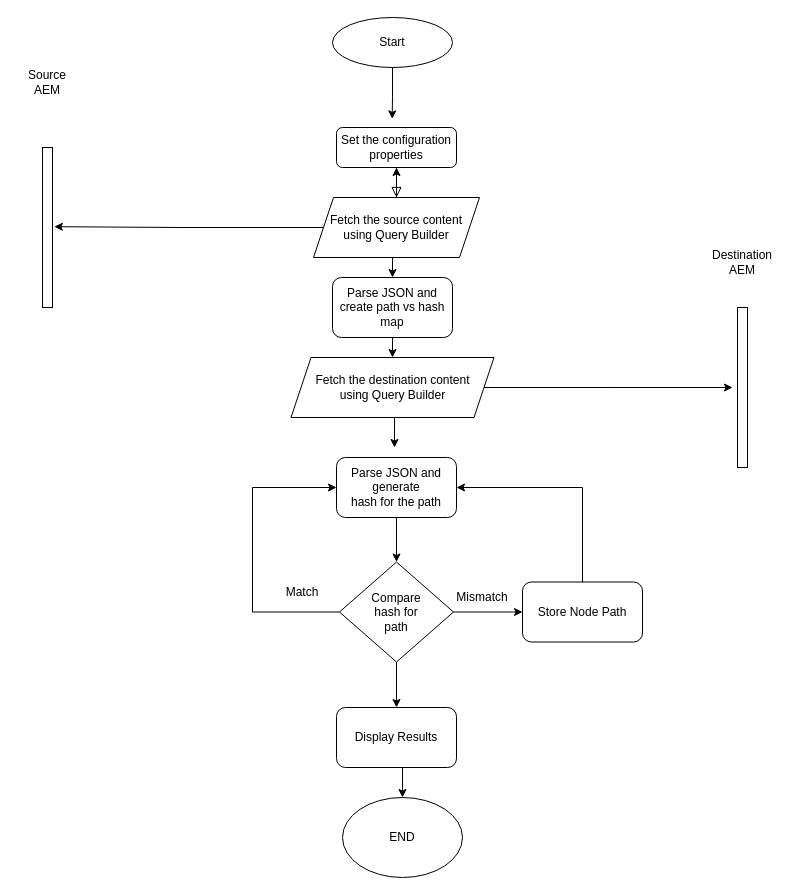
Earlier version of the draw.io diagram draw-io/Migration Validation Diagram.drawio (wasilzafar/assets). Source tidied: cells renumbered, new cells numbered last; positions are measured from the earlier drawing's top-left corner, leaving out a move shared by most shapes. Both pictures are drawn from the tidied source at 100%, with x=0, y=0 at pixel (17, 17).
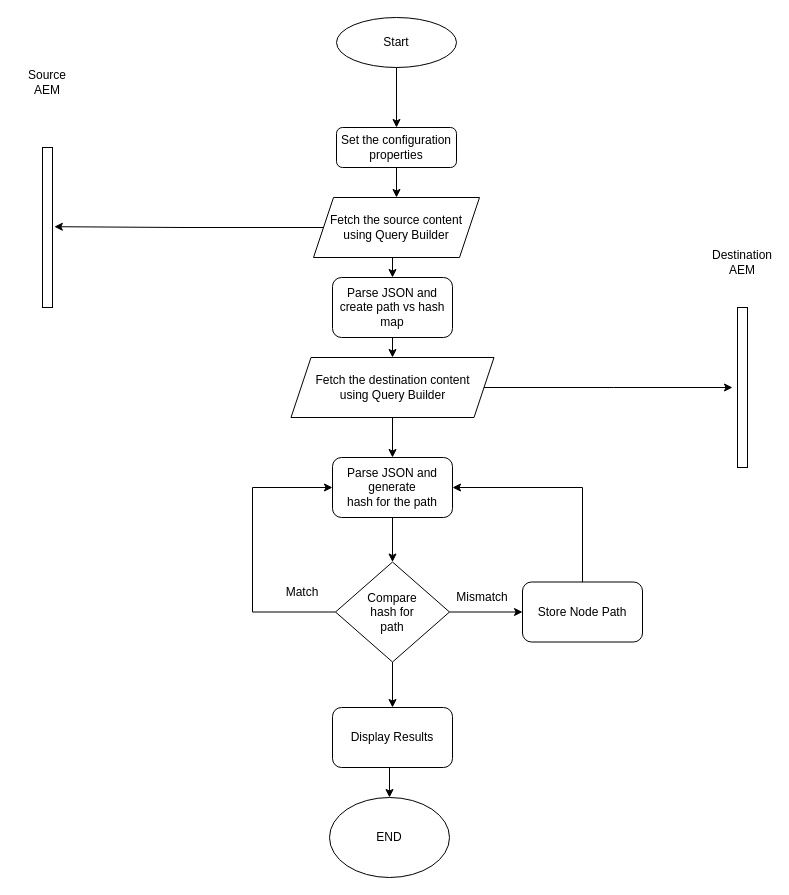
The same page after the edit.

Unchanged cells that the change refers to:
```xml
<mxCell id="3" value="Set the configuration properties" style="rounded=1;whiteSpace=wrap;html=1;fontSize=12;glass=0;strokeWidth=1;shadow=0;" parent="1" vertex="1">
  <mxGeometry x="319" y="110" width="120" height="40" as="geometry" />
</mxCell>
<mxCell id="9" value="Fetch the source content&lt;br&gt;using Query Builder" style="shape=parallelogram;perimeter=parallelogramPerimeter;whiteSpace=wrap;html=1;fixedSize=1;" parent="1" vertex="1">
  <mxGeometry x="296" y="180" width="166" height="60" as="geometry" />
</mxCell>
<mxCell id="18" value="Fetch the destination content&lt;br&gt;using Query Builder" style="shape=parallelogram;perimeter=parallelogramPerimeter;whiteSpace=wrap;html=1;fixedSize=1;" parent="1" vertex="1">
  <mxGeometry x="273.5" y="340" width="203" height="60" as="geometry" />
</mxCell>
```

Change to the diagram source:
```diff
@@
-    <mxCell id="2" style="rounded=0;html=1;jettySize=auto;fontSize=11;endArrow=block;endFill=0;endSize=8;strokeWidth=1;shadow=0;labelBackgroundColor=none;edgeStyle=orthogonalEdgeStyle;" parent="1" edge="1" source="3">
-      <mxGeometry relative="1" as="geometry">
-        <mxPoint x="379" y="180" as="targetPoint" />
-      </mxGeometry>
-    </mxCell>
+    <mxCell id="32" style="edgeStyle=orthogonalEdgeStyle;rounded=0;jettySize=auto;html=1;exitX=0.5;exitY=1;exitDx=0;exitDy=0;entryX=0.5;entryY=0;entryDx=0;entryDy=0;" parent="1" edge="1" source="3" target="9">
+      <mxGeometry relative="1" as="geometry" />
+    </mxCell>
@@
-    <mxCell id="8" style="edgeStyle=orthogonalEdgeStyle;rounded=0;jettySize=auto;html=1;" parent="1" edge="1" source="9" target="3">
-      <mxGeometry relative="1" as="geometry" />
-    </mxCell>
@@
-    <mxCell id="10" style="edgeStyle=orthogonalEdgeStyle;rounded=0;jettySize=auto;html=1;entryX=0.464;entryY=-0.216;entryDx=0;entryDy=0;entryPerimeter=0;" parent="1" edge="1" source="11" target="3">
+    <mxCell id="10" style="edgeStyle=orthogonalEdgeStyle;rounded=0;jettySize=auto;html=1;entryX=0.5;entryY=0;entryDx=0;entryDy=0;" parent="1" edge="1" source="11" target="3">
       <mxGeometry relative="1" as="geometry" />
     </mxCell>
     <mxCell id="11" value="Start" style="ellipse;whiteSpace=wrap;html=1;" parent="1" vertex="1">
-      <mxGeometry x="315" width="120" height="50" as="geometry" />
+      <mxGeometry x="319" width="120" height="50" as="geometry" />
     </mxCell>
@@
-    <mxCell id="16" style="edgeStyle=orthogonalEdgeStyle;rounded=0;jettySize=auto;html=1;exitX=0.5;exitY=1;exitDx=0;exitDy=0;entryX=0.5;entryY=0;entryDx=0;entryDy=0;" parent="1" edge="1" source="18">
-      <mxGeometry relative="1" as="geometry">
-        <mxPoint x="377" y="430" as="targetPoint" />
-      </mxGeometry>
-    </mxCell>
@@
+    <mxCell id="33" style="edgeStyle=orthogonalEdgeStyle;rounded=0;jettySize=auto;html=1;exitX=0.5;exitY=1;exitDx=0;exitDy=0;" parent="1" edge="1" source="18" target="20">
+      <mxGeometry relative="1" as="geometry" />
+    </mxCell>
@@
     <mxCell id="20" value="Parse JSON and generate&lt;br&gt;hash for the path" style="rounded=1;whiteSpace=wrap;html=1;" parent="1" vertex="1">
-      <mxGeometry x="319" y="440" width="120" height="60" as="geometry" />
+      <mxGeometry x="315" y="440" width="120" height="60" as="geometry" />
     </mxCell>
@@
     <mxCell id="24" value="Compare &lt;br&gt;hash for &lt;br&gt;path" style="rhombus;whiteSpace=wrap;html=1;" parent="1" vertex="1">
-      <mxGeometry x="322" y="544.5" width="114" height="100" as="geometry" />
+      <mxGeometry x="318" y="544.5" width="114" height="100" as="geometry" />
     </mxCell>
@@
     <mxCell id="26" value="END" style="ellipse;whiteSpace=wrap;html=1;" parent="1" vertex="1">
-      <mxGeometry x="325" y="780" width="120" height="80" as="geometry" />
+      <mxGeometry x="312" y="780" width="120" height="80" as="geometry" />
     </mxCell>
@@
     <mxCell id="28" value="Display Results" style="rounded=1;whiteSpace=wrap;html=1;" parent="1" vertex="1">
-      <mxGeometry x="319" y="690" width="120" height="60" as="geometry" />
+      <mxGeometry x="315" y="690" width="120" height="60" as="geometry" />
     </mxCell>
```
